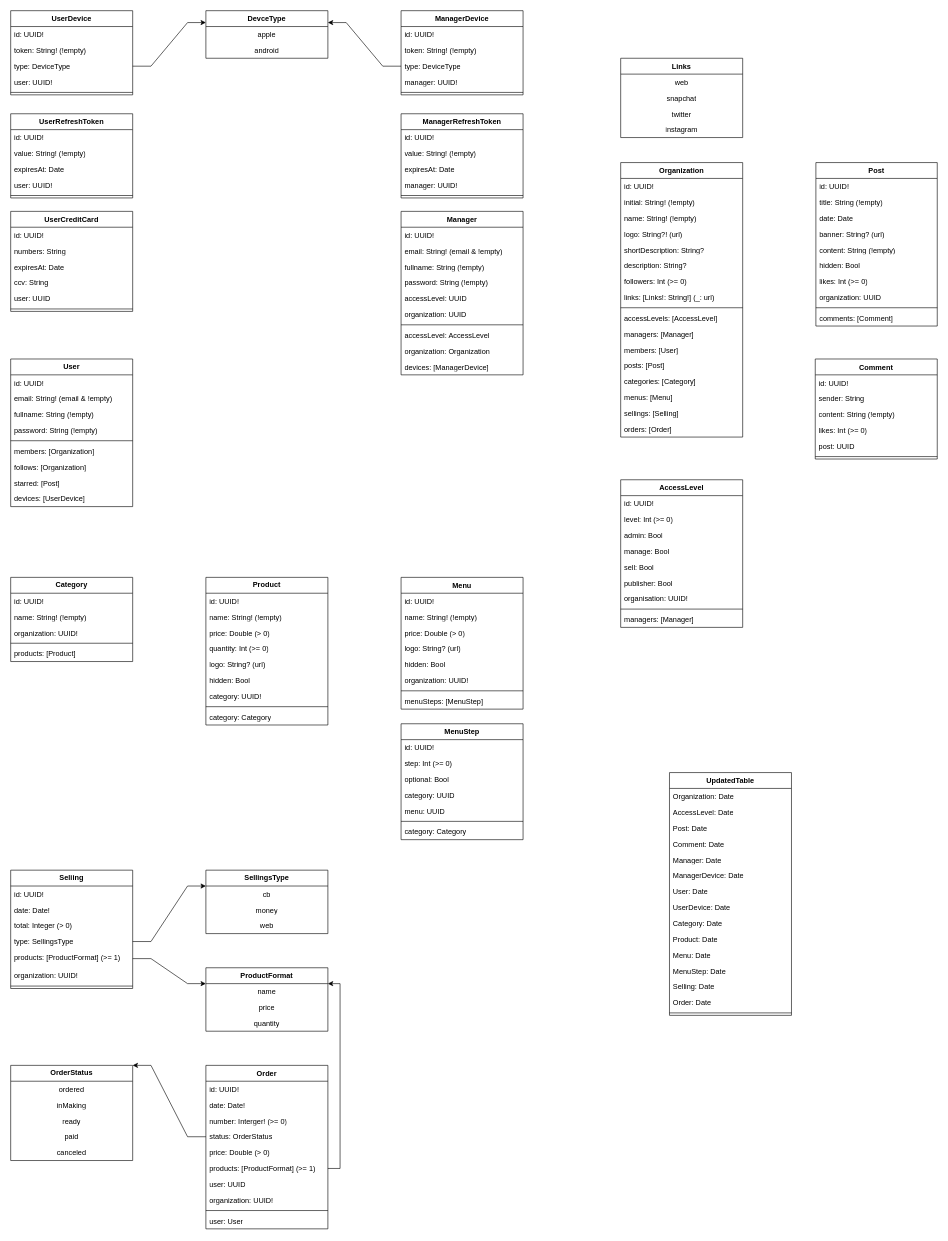
Above: Labeli DB.drawio in FlorianClaisse/drawio (draw.io), before the change. Source tidied: cells renumbered, new cells numbered last; positions are measured from the earlier drawing's top-left corner, leaving out a move shared by most shapes. Both pictures are drawn from the tidied source at 61%, with x=0, y=0 at pixel (10, 10).
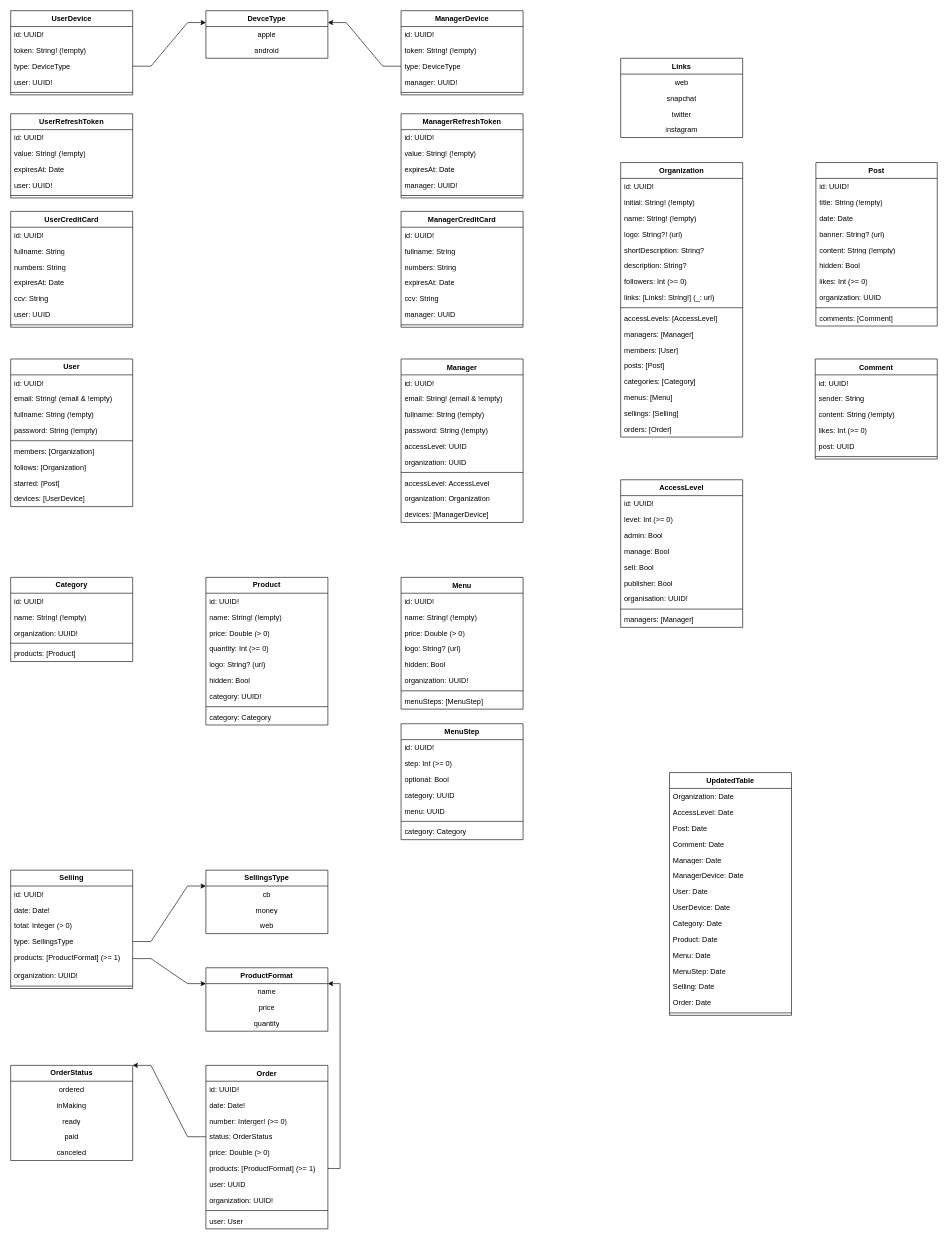
After the change.

Commit message:
Mettre à jour Labeli DB.drawio

The edit, as a diff of the source:
```diff
@@
     <mxCell id="28" value="Manager" style="swimlane;fontStyle=1;align=center;verticalAlign=top;horizontal=1;startSize=26;whiteSpace=wrap;html=1;" parent="1" vertex="1">
-      <mxGeometry x="640" y="329" width="200" height="268" as="geometry" />
+      <mxGeometry x="640" y="571" width="200" height="268" as="geometry" />
     </mxCell>
@@
     <mxCell id="189" value="UserCreditCard" style="swimlane;fontStyle=1;align=center;verticalAlign=top;horizontal=1;startSize=26;whiteSpace=wrap;html=1;" parent="1" vertex="1">
-      <mxGeometry y="329" width="200" height="164" as="geometry" />
+      <mxGeometry y="329" width="200" height="190" as="geometry" />
     </mxCell>
@@
+    <mxCell id="196" value="fullname: String" style="text;strokeColor=none;fillColor=none;align=left;verticalAlign=top;spacingLeft=4;spacingRight=4;overflow=hidden;whiteSpace=wrap;html=1;" parent="189" vertex="1">
+      <mxGeometry y="52" width="200" height="26" as="geometry" />
+    </mxCell>
     <mxCell id="191" value="numbers: String" style="text;strokeColor=none;fillColor=none;align=left;verticalAlign=top;spacingLeft=4;spacingRight=4;overflow=hidden;whiteSpace=wrap;html=1;" parent="189" vertex="1">
-      <mxGeometry y="52" width="200" height="26" as="geometry" />
+      <mxGeometry y="78" width="200" height="26" as="geometry" />
     </mxCell>
     <mxCell id="192" value="expiresAt: Date" style="text;strokeColor=none;fillColor=none;align=left;verticalAlign=top;spacingLeft=4;spacingRight=4;overflow=hidden;whiteSpace=wrap;html=1;" parent="189" vertex="1">
-      <mxGeometry y="78" width="200" height="26" as="geometry" />
+      <mxGeometry y="104" width="200" height="26" as="geometry" />
     </mxCell>
     <mxCell id="193" value="ccv: String" style="text;strokeColor=none;fillColor=none;align=left;verticalAlign=top;spacingLeft=4;spacingRight=4;overflow=hidden;whiteSpace=wrap;html=1;" parent="189" vertex="1">
-      <mxGeometry y="104" width="200" height="26" as="geometry" />
+      <mxGeometry y="130" width="200" height="26" as="geometry" />
     </mxCell>
     <mxCell id="194" value="user: UUID" style="text;strokeColor=none;fillColor=none;align=left;verticalAlign=top;spacingLeft=4;spacingRight=4;overflow=hidden;whiteSpace=wrap;html=1;" parent="189" vertex="1">
-      <mxGeometry y="130" width="200" height="26" as="geometry" />
+      <mxGeometry y="156" width="200" height="26" as="geometry" />
     </mxCell>
     <mxCell id="195" style="line;strokeWidth=1;fillColor=none;align=left;verticalAlign=middle;spacingTop=-1;spacingLeft=3;spacingRight=3;labelPosition=right;strokeColor=inherit;" parent="189" vertex="1">
-      <mxGeometry y="156" width="200" height="8" as="geometry" />
+      <mxGeometry y="182" width="200" height="8" as="geometry" />
     </mxCell>
+    <mxCell id="197" value="ManagerCreditCard" style="swimlane;fontStyle=1;align=center;verticalAlign=top;horizontal=1;startSize=26;whiteSpace=wrap;html=1;" parent="1" vertex="1">
+      <mxGeometry x="640" y="329" width="200" height="190" as="geometry" />
+    </mxCell>
+    <mxCell id="198" value="id: UUID!" style="text;strokeColor=none;fillColor=none;align=left;verticalAlign=top;spacingLeft=4;spacingRight=4;overflow=hidden;whiteSpace=wrap;html=1;" parent="197" vertex="1">
+      <mxGeometry y="26" width="200" height="26" as="geometry" />
+    </mxCell>
+    <mxCell id="199" value="fullname: String" style="text;strokeColor=none;fillColor=none;align=left;verticalAlign=top;spacingLeft=4;spacingRight=4;overflow=hidden;whiteSpace=wrap;html=1;" parent="197" vertex="1">
+      <mxGeometry y="52" width="200" height="26" as="geometry" />
+    </mxCell>
+    <mxCell id="200" value="numbers: String" style="text;strokeColor=none;fillColor=none;align=left;verticalAlign=top;spacingLeft=4;spacingRight=4;overflow=hidden;whiteSpace=wrap;html=1;" parent="197" vertex="1">
+      <mxGeometry y="78" width="200" height="26" as="geometry" />
+    </mxCell>
+    <mxCell id="201" value="expiresAt: Date" style="text;strokeColor=none;fillColor=none;align=left;verticalAlign=top;spacingLeft=4;spacingRight=4;overflow=hidden;whiteSpace=wrap;html=1;" parent="197" vertex="1">
+      <mxGeometry y="104" width="200" height="26" as="geometry" />
+    </mxCell>
+    <mxCell id="202" value="ccv: String" style="text;strokeColor=none;fillColor=none;align=left;verticalAlign=top;spacingLeft=4;spacingRight=4;overflow=hidden;whiteSpace=wrap;html=1;" parent="197" vertex="1">
+      <mxGeometry y="130" width="200" height="26" as="geometry" />
+    </mxCell>
+    <mxCell id="203" value="manager: UUID" style="text;strokeColor=none;fillColor=none;align=left;verticalAlign=top;spacingLeft=4;spacingRight=4;overflow=hidden;whiteSpace=wrap;html=1;" parent="197" vertex="1">
+      <mxGeometry y="156" width="200" height="26" as="geometry" />
+    </mxCell>
+    <mxCell id="204" style="line;strokeWidth=1;fillColor=none;align=left;verticalAlign=middle;spacingTop=-1;spacingLeft=3;spacingRight=3;labelPosition=right;strokeColor=inherit;" parent="197" vertex="1">
+      <mxGeometry y="182" width="200" height="8" as="geometry" />
+    </mxCell>
```
